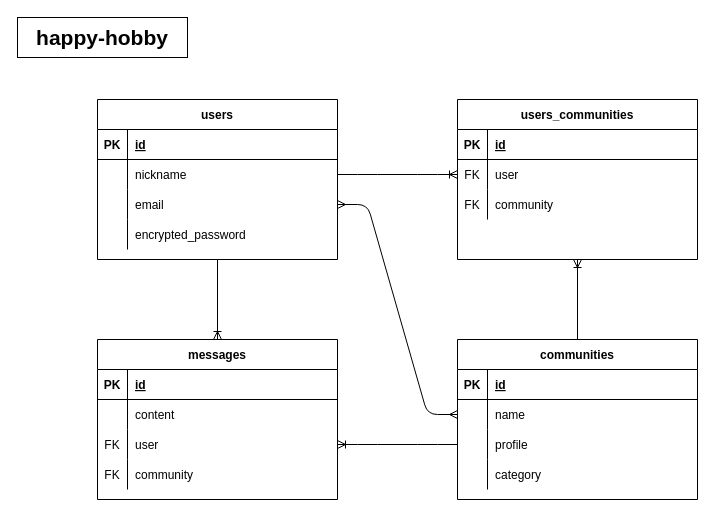
Above: ER.dio in Kazumasa0309/happy_hobby (draw.io), before the change. Source tidied: cells renumbered, new cells numbered last; positions are measured from the earlier drawing's top-left corner, leaving out a move shared by most shapes. Both pictures are drawn from the tidied source at 100%, with x=0, y=0 at pixel (17, 17).
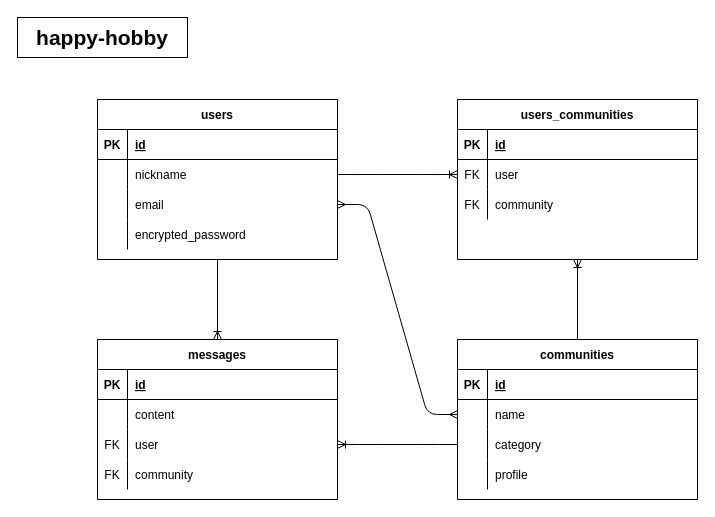
The same page after the edit.

Commit message (it also covers changes not shown here):
DB設計資料修正

Unchanged cells that the change refers to:
```xml
<mxCell id="24" style="shape=partialRectangle;fillColor=none;top=0;left=0;bottom=0;right=0;points=[[0,0.5],[1,0.5]];portConstraint=eastwest;" parent="17" vertex="1">
  <mxGeometry y="90" width="240" height="30" as="geometry" />
</mxCell>
<mxCell id="27" style="shape=partialRectangle;fillColor=none;top=0;left=0;bottom=0;right=0;" parent="17" vertex="1">
  <mxGeometry y="120" width="240" height="30" as="geometry" />
</mxCell>
```

The edit, as a diff of the source:
```diff
@@
-    <mxCell id="26" value="profile" style="shape=partialRectangle;fillColor=none;top=0;left=0;bottom=0;right=0;align=left;spacingLeft=6;overflow=hidden;" parent="24" vertex="1">
+    <mxCell id="26" value="category" style="shape=partialRectangle;fillColor=none;top=0;left=0;bottom=0;right=0;align=left;spacingLeft=6;overflow=hidden;" parent="24" vertex="1">
       <mxGeometry x="30" width="210" height="30" as="geometry" />
     </mxCell>
@@
-    <mxCell id="29" value="category" style="shape=partialRectangle;fillColor=none;top=0;left=0;bottom=0;right=0;align=left;spacingLeft=6;overflow=hidden;" parent="27" vertex="1">
+    <mxCell id="29" value="profile" style="shape=partialRectangle;fillColor=none;top=0;left=0;bottom=0;right=0;align=left;spacingLeft=6;overflow=hidden;" parent="27" vertex="1">
       <mxGeometry x="30" width="210" height="30" as="geometry" />
     </mxCell>
```
